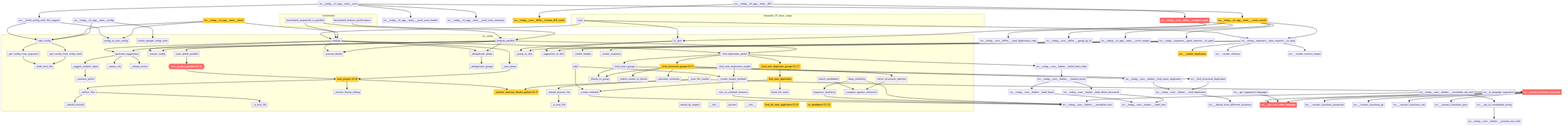
Before: project/flow.png, a diagram exported from Mermaid (semcod/redup). Its source is kept beside it as project/flow.mmd.
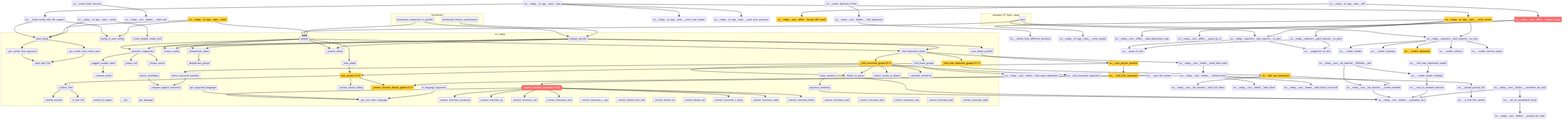
After the commit.

The edit, as a diff of the source:
```diff
@@ -18,16 +18,17 @@
         src__redup__core__planner___assess_risk["_assess_risk"]
         src__redup__core__planner___choose_action["_choose_action"]
         src__redup__core__planner__generate_suggestions["generate_suggestions"]
+        src__redup__core__matcher__sequence_similarity["sequence_similarity"]
+        src__redup__core__matcher__fuzzy_similarity["fuzzy_similarity"]
+        src___compare_against_reference["_compare_against_reference"]
+        src__redup__core__matcher__match_candidates["match_candidates"]
+        src__refine_structural_matches["refine_structural_matches"]
         src__redup__core__scanner___should_exclude["_should_exclude"]
         src__redup__core__scanner___collect_files["_collect_files"]
         src__redup__core__scanner___is_test_file["_is_test_file"]
         src__redup__core__scanner___extract_blocks_sliding["_extract_blocks_sliding"]
         src___extract_function_blocks_python("_extract_function_blocks_python CC=9")
         src__redup__core__scanner__scan_project("scan_project CC=8")
-        src___scan_file_worker["_scan_file_worker"]
-        src___should_process_file["_should_process_file"]
-        src__redup__core__parallel_scanner___is_test_file["_is_test_file"]
-        src__scan_project_parallel{{scan_project_parallel CC=16}}
         src__sorted_by_impact["sorted_by_impact"]
         src__redup__core__pipeline___blocks_to_group["_blocks_to_group"]
         src__redup__core__pipeline___deduplicate_groups["_deduplicate_groups"]
@@ -44,29 +45,28 @@
         src__redup__core__pipeline___calculate_similarity["_calculate_similarity"]
         src___find_near_duplicate_groups("_find_near_duplicate_groups CC=11")
         src__redup__core__pipeline__analyze_parallel["analyze_parallel"]
-        src__redup__core__lsh_matcher___create_minhash["_create_minhash"]
-        src___text_to_minhash_features["_text_to_minhash_features"]
-        src___create_simple_minhash["_create_simple_minhash"]
         src____init__["__init__"]
-        src__jaccard["jaccard"]
-        src__redup__core__lsh_matcher__LSHIndex____init__["__init__"]
-        src__redup__core__lsh_matcher__LSHIndex__add["add"]
-        src__find_near_duplicates("find_near_duplicates CC=10")
-        src___find_near_duplicates_simple["_find_near_duplicates_simple"]
-        src__find_all_near_duplicates("find_all_near_duplicates CC=8")
-        src__redup__core__lsh_matcher__build_lsh_index["build_lsh_index"]
-        src__find_near_duplicates["find_near_duplicates"]
-        src__redup__core__matcher__sequence_similarity["sequence_similarity"]
-        src__redup__core__matcher__fuzzy_similarity["fuzzy_similarity"]
-        src___compare_against_reference["_compare_against_reference"]
-        src__redup__core__matcher__match_candidates["match_candidates"]
-        src__refine_structural_matches["refine_structural_matches"]
-        src__to_markdown("to_markdown CC=12")
-        src___group_to_dict["_group_to_dict"]
-        src___suggestion_to_dict["_suggestion_to_dict"]
-        src__redup__reporters__json_reporter__to_json["to_json"]
-        src___render_header["_render_header"]
-        src___render_summary["_render_summary"]
+        src__get_language["get_language"]
+        src___get_tree_sitter_language["_get_tree_sitter_language"]
+        src___extract_functions_javascript["_extract_functions_javascript"]
+        src___extract_functions_go["_extract_functions_go"]
+        src___extract_functions_rust["_extract_functions_rust"]
+        src___extract_functions_java["_extract_functions_java"]
+        src__extract_functions_treesitter{{extract_functions_treesitter CC=23}}
+        src___extract_functions_c_cpp["_extract_functions_c_cpp"]
+        src___extract_blocks_html_xml["_extract_blocks_html_xml"]
+        src___extract_blocks_css["_extract_blocks_css"]
+        src___extract_blocks_sql["_extract_blocks_sql"]
+        src___extract_functions_c_sharp["_extract_functions_c_sharp"]
+        src___extract_functions_scala["_extract_functions_scala"]
+        src___extract_functions_kotlin["_extract_functions_kotlin"]
+        src___extract_functions_swift["_extract_functions_swift"]
+        src___extract_functions_objc["_extract_functions_objc"]
+        src___extract_functions_ruby["_extract_functions_ruby"]
+        src___extract_functions_php["_extract_functions_php"]
+        src___extract_functions_bash["_extract_functions_bash"]
+        src__get_supported_languages["get_supported_languages"]
+        src__is_language_supported["is_language_supported"]
     end
     examples__01_basic_usage__main --> src__redup__core__pipeline__analyze
     examples__01_basic_usage__main --> src__redup__reporters__toon_reporter__to_toon
@@ -82,16 +82,16 @@
     src__redup__core__planner__generate_suggestions --> src__redup__core__planner___choose_action
     src__redup__core__planner__generate_suggestions --> src__redup__core__planner___suggest_module_name
     src__redup__core__planner__generate_suggestions --> src__redup__core__planner___assess_risk
+    src__redup__core__matcher__sequence_similarity --> src__redup__core__hasher___normalize_text
+    src__redup__core__matcher__fuzzy_similarity --> src__redup__core__hasher___normalize_text
+    src__redup__core__matcher__fuzzy_similarity --> src__redup__core__matcher__sequence_similarity
+    src__redup__core__matcher__match_candidates --> src___compare_against_reference
+    src__refine_structural_matches --> src___compare_against_reference
     src__redup__core__scanner___collect_files --> src__redup__core__scanner___should_exclude
     src__redup__core__scanner___collect_files --> src__redup__core__scanner___is_test_file
     src__redup__core__scanner__scan_project --> src__redup__core__scanner___collect_files
     src__redup__core__scanner__scan_project --> src__redup__core__scanner___extract_blocks_sliding
     src__redup__core__scanner__scan_project --> src___extract_function_blocks_python
-    src___scan_file_worker --> src___should_process_file
-    src___scan_file_worker --> src___extract_function_blocks_python
-    src___scan_file_worker --> src__extract_functions_treesitter
-    src___should_process_file --> src__redup__core__parallel_scanner___is_test_file
-    src__scan_project_parallel --> src__redup__core__scanner__scan_project
     src__redup__core__pipeline__analyze --> src__redup__core__pipeline___ensure_config
     src__redup__core__pipeline__analyze --> src__redup__core__pipeline___scan_phase
     src__redup__core__pipeline__analyze --> src__redup__core__pipeline___process_blocks
@@ -119,6 +119,22 @@
     src__redup__core__pipeline__analyze_parallel --> src__redup__core__pipeline___find_duplicates_phase
     src__redup__core__pipeline__analyze_parallel --> src__redup__core__pipeline___deduplicate_phase
     src__redup__core__pipeline__analyze_parallel --> src__redup__core__planner__generate_suggestions
+    src__extract_functions_treesitter --> src___get_tree_sitter_language
+    src__extract_functions_treesitter --> src___extract_functions_javascript
+    src__extract_functions_treesitter --> src___extract_functions_go
+    src__extract_functions_treesitter --> src___extract_functions_rust
+    src__extract_functions_treesitter --> src___extract_functions_java
+    src__extract_functions_treesitter --> src___extract_functions_c_sharp
+    src__extract_functions_treesitter --> src___extract_functions_scala
+    src__extract_functions_treesitter --> src___extract_functions_kotlin
+    src__get_supported_languages --> src___get_tree_sitter_language
+    src__is_language_supported --> src___get_tree_sitter_language
+    src___scan_file_worker --> src___should_process_file
+    src___scan_file_worker --> src___extract_function_blocks_python
+    src___scan_file_worker --> src__extract_functions_treesitter
+    src___should_process_file --> src___is_test_file_cached
+    src__scan_project_parallel --> src___find_files_optimized
+    src__scan_project_parallel --> src__redup__core__scanner__scan_project
     src__redup__core__lsh_matcher___create_minhash --> src__redup__core__hasher___normalize_text
     src___text_to_minhash_features --> src__redup__core__hasher___normalize_text
     src___create_simple_minhash --> src___text_to_minhash_features
@@ -127,40 +143,24 @@
     src__find_near_duplicates --> src__redup__core__lsh_matcher___create_minhash
     src___find_near_duplicates_simple --> src___create_simple_minhash
     src__find_near_duplicates --> src__redup__core__lsh_matcher__build_lsh_index
-    src__redup__core__matcher__sequence_similarity --> src__redup__core__hasher___normalize_text
-    src__redup__core__matcher__fuzzy_similarity --> src__redup__core__hasher___normalize_text
-    src__redup__core__matcher__fuzzy_similarity --> src__redup__core__matcher__sequence_similarity
-    src__redup__core__matcher__match_candidates --> src___compare_against_reference
-    src__refine_structural_matches --> src___compare_against_reference
     src__redup__reporters__json_reporter__to_json --> src___group_to_dict
     src__redup__reporters__json_reporter__to_json --> src___suggestion_to_dict
+    src__redup__reporters__yaml_reporter__to_yaml --> src___group_to_dict
+    src__redup__reporters__yaml_reporter__to_yaml --> src___suggestion_to_dict
     src__redup__reporters__toon_reporter__to_toon --> src___render_header
     src__redup__reporters__toon_reporter__to_toon --> src___render_summary
     src__redup__reporters__toon_reporter__to_toon --> src___render_duplicates
     src__redup__reporters__toon_reporter__to_toon --> src___render_refactor
     src__redup__reporters__toon_reporter__to_toon --> src___render_metrics_target
-    src__redup__reporters__yaml_reporter__to_yaml --> src___group_to_dict
-    src__redup__reporters__yaml_reporter__to_yaml --> src___suggestion_to_dict
+    src__create_hash_function --> src__redup__core__hasher___hash_text
+    src__create_duplicate_finder --> src__redup__core__hasher___find_duplicates
     src__redup__core__hasher___normalize_ast_text --> src__redup__core__hasher___normalize_text
     src__redup__core__hasher___normalize_ast_text --> src___ast_to_normalized_string
     src___ast_to_normalized_string --> src__redup__core__hasher___process_ast_node
-    src__redup__core__hasher__hash_block --> src__redup__core__hasher___hash_text
-    src__redup__core__hasher__hash_block_structural --> src__redup__core__hasher___hash_text
     src__redup__core__hasher___hashed_block --> src__redup__core__hasher__hash_block
     src__redup__core__hasher___hashed_block --> src__redup__core__hasher__hash_block_structural
     src__redup__core__hasher__build_hash_index --> src__redup__core__hasher___hashed_block
     src__redup__core__hasher___find_duplicates --> src___blocks_from_different_locations
-    src__redup__core__hasher__find_exact_duplicates --> src__redup__core__hasher___find_duplicates
-    src__find_structural_duplicates --> src__redup__core__hasher___find_duplicates
-    src__extract_functions_treesitter --> src___get_tree_sitter_language
-    src__extract_functions_treesitter --> src___extract_functions_javascript
-    src__extract_functions_treesitter --> src___extract_functions_go
-    src__extract_functions_treesitter --> src___extract_functions_rust
-    src__extract_functions_treesitter --> src___extract_functions_java
-    src__get_supported_languages --> src___get_tree_sitter_language
-    src__is_language_supported --> src___get_tree_sitter_language
-    src__redup__core__differ__compare_scans --> src__redup__core__differ___load_duplication_map
-    src__redup__core__differ__compare_scans --> src__redup__core__differ___group_by_id
     src___build_config_with_file_support --> src__redup__core__config__load_config
     src___build_config_with_file_support --> src__redup__core__config__config_to_scan_config
     src__redup__cli_app__main___write_results --> src__redup__cli_app__main___write_output
@@ -178,8 +178,10 @@
     src__redup__cli_app__main__check --> src__redup__core__pipeline__analyze
     src__redup__cli_app__main__config --> src__redup__core__config__create_sample_redup_toml
     src__redup__cli_app__main__config --> src__redup__core__config__load_config
+    src__redup__core__differ__compare_scans --> src__redup__core__differ___load_duplication_map
+    src__redup__core__differ__compare_scans --> src__redup__core__differ___group_by_id
 
     classDef highCC fill:#ff6b6b,stroke:#c92a2a,color:#fff
     classDef medCC fill:#ffd43b,stroke:#f08c00,color:#000
-    class src__scan_project_parallel,src___get_tree_sitter_language,src__extract_functions_treesitter,src__redup__core__differ__compare_scans highCC
-    class src___extract_function_blocks_python,src__redup__core__scanner__scan_project,src___find_structural_groups,src___find_near_duplicate_groups,src__find_near_duplicates,src__find_all_near_duplicates,src__to_markdown,src___render_duplicates,src__redup__core__differ__format_diff_result,src__redup__cli_app__main___write_results,src__redup__cli_app__main__check medCC
+    class src__extract_functions_treesitter,src__redup__core__differ__compare_scans highCC
+    class src___extract_function_blocks_python,src__redup__core__scanner__scan_project,src___find_structural_groups,src___find_near_duplicate_groups,src__scan_project_parallel,src___find_files_optimized,src__to_markdown,src___get_refactoring_metrics,src__find_near_duplicates,src__find_all_near_duplicates,src___render_duplicates,src__redup__cli_app__main___write_results,src__redup__cli_app__main__check,src__redup__core__differ__format_diff_result medCC
```
